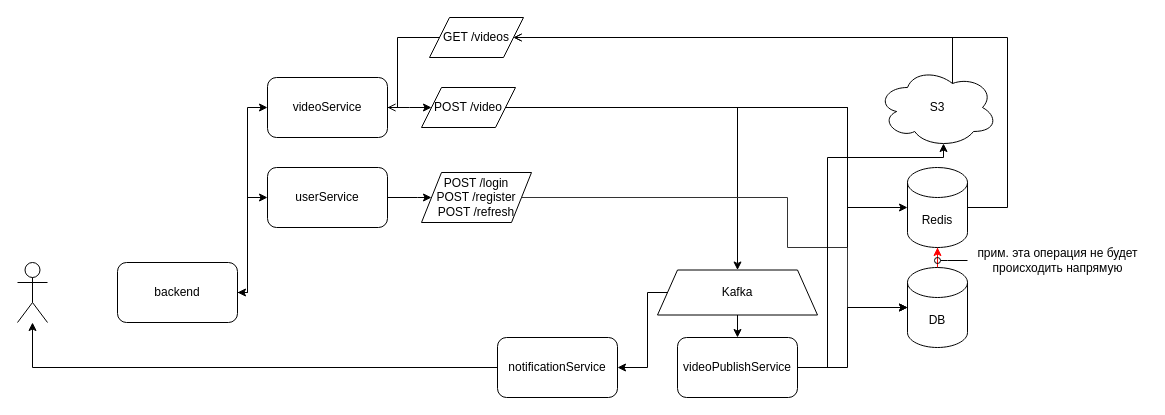
This is RecommendationSystemDemo.drawio from Yooshyasha/RecommendationSystemDemo, a draw.io file, before an edit. Source tidied: cells renumbered, new cells numbered last; positions are measured from the earlier drawing's top-left corner, leaving out a move shared by most shapes. Both pictures are drawn from the tidied source at 100%, with x=0, y=0 at pixel (17, 17).
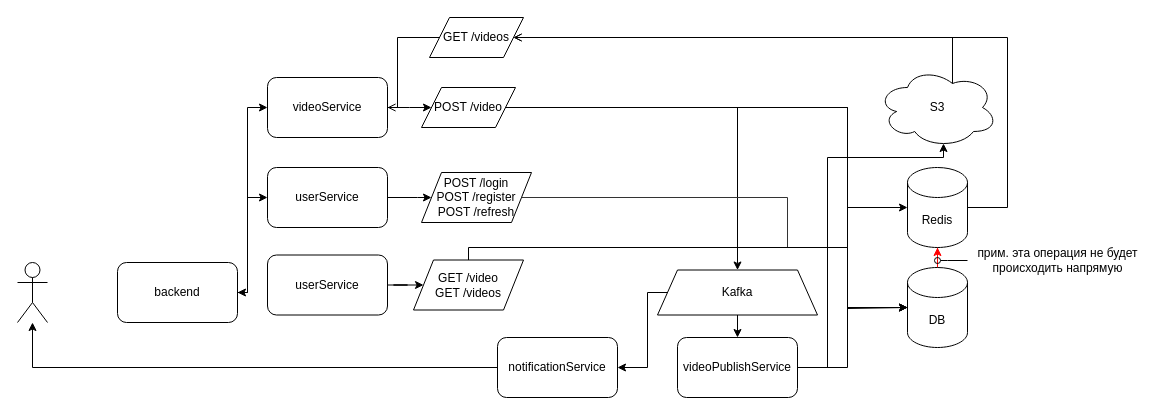
The same diagram, later.

Diff of the diagram source:
```diff
@@
+    <mxCell id="34" style="edgeStyle=orthogonalEdgeStyle;rounded=0;jettySize=auto;html=1;" parent="1" edge="1" source="35" target="37">
+      <mxGeometry relative="1" as="geometry" />
+    </mxCell>
+    <mxCell id="35" value="userService" style="rounded=1;whiteSpace=wrap;html=1;" parent="1" vertex="1">
+      <mxGeometry x="250" y="237.5" width="120" height="60" as="geometry" />
+    </mxCell>
+    <mxCell id="36" style="edgeStyle=orthogonalEdgeStyle;rounded=0;jettySize=auto;html=1;" parent="1" edge="1" source="37">
+      <mxGeometry relative="1" as="geometry">
+        <mxPoint x="890" y="290" as="targetPoint" />
+        <Array as="points">
+          <mxPoint x="451" y="230" />
+          <mxPoint x="830" y="230" />
+          <mxPoint x="830" y="291" />
+        </Array>
+      </mxGeometry>
+    </mxCell>
+    <mxCell id="37" value="GET /video&lt;div&gt;GET /videos&lt;/div&gt;" style="shape=parallelogram;perimeter=parallelogramPerimeter;whiteSpace=wrap;html=1;fixedSize=1;" parent="1" vertex="1">
+      <mxGeometry x="396" y="242.5" width="110" height="50" as="geometry" />
+    </mxCell>
```
